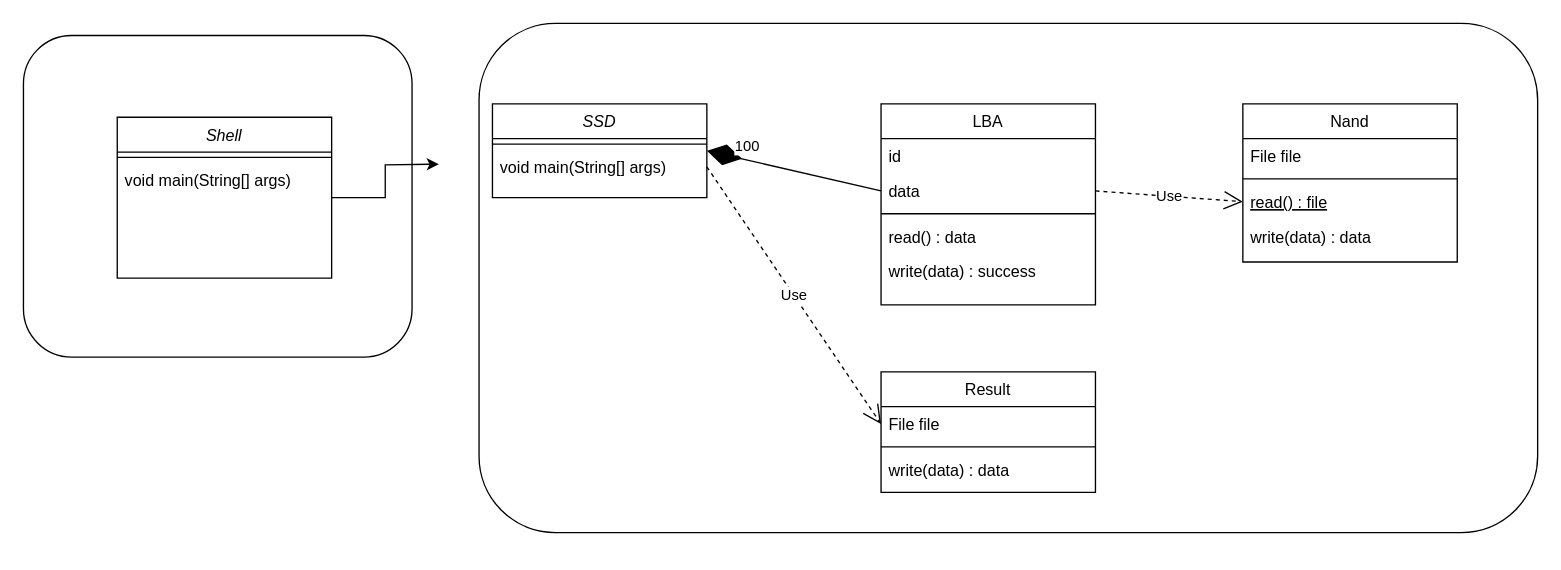
This is ClassDiagram.drawio from 24CRA-TeamB/SolidStateDrive, a draw.io file, before an edit. Source tidied: cells renumbered, new cells numbered last; positions are measured from the earlier drawing's top-left corner, leaving out a move shared by most shapes. Both pictures are drawn from the tidied source at 134%, with x=0, y=0 at pixel (23, 23).
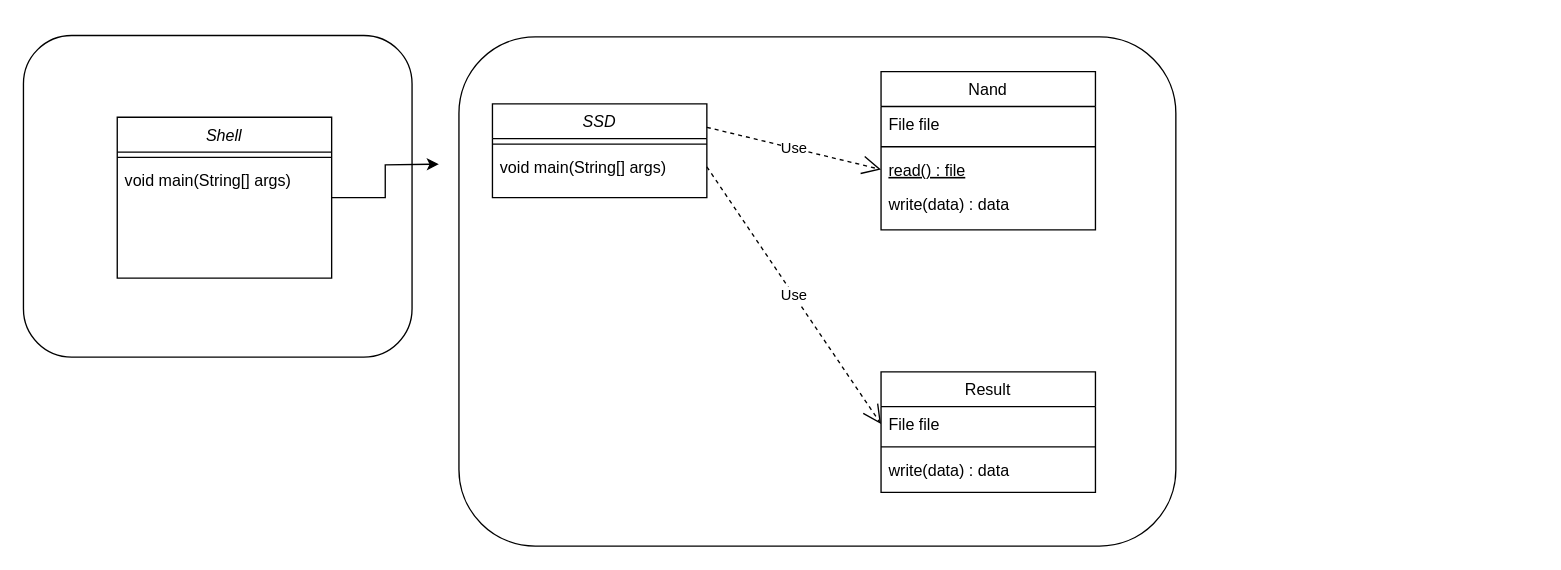
Above is the later version.

The change refers to these unchanged cells:
```xml
<mxCell id="4" value="SSD" style="swimlane;fontStyle=2;align=center;verticalAlign=top;horizontal=1;startSize=26;rounded=0;shadow=0;strokeWidth=1;" parent="1" vertex="1">
  <mxGeometry x="350" y="60" width="160" height="70" as="geometry" />
</mxCell>
<mxCell id="10" value="read() : file" style="text;align=left;verticalAlign=top;spacingLeft=4;spacingRight=4;overflow=hidden;points=[[0,0.5],[1,0.5]];portConstraint=eastwest;fontStyle=4;" parent="7" vertex="1">
  <mxGeometry y="60" width="160" height="26" as="geometry" />
</mxCell>
```

What changed in the source:
```diff
@@
     <mxCell id="2" style="rounded=1;whiteSpace=wrap;html=1;" parent="1" vertex="1">
-      <mxGeometry x="340" width="790" height="380" as="geometry" />
+      <mxGeometry x="325" y="10" width="535" height="380" as="geometry" />
     </mxCell>
@@
     <mxCell id="7" value="Nand" style="swimlane;fontStyle=0;align=center;verticalAlign=top;horizontal=1;startSize=26;rounded=0;shadow=0;strokeWidth=1;" parent="1" vertex="1">
-      <mxGeometry x="910" y="60" width="160" height="118" as="geometry" />
+      <mxGeometry x="640" y="36" width="160" height="118" as="geometry" />
     </mxCell>
@@
-    <mxCell id="12" value="LBA" style="swimlane;fontStyle=0;align=center;verticalAlign=top;horizontal=1;startSize=26;rounded=0;shadow=0;strokeWidth=1;" parent="1" vertex="1">
-      <mxGeometry x="640" y="60" width="160" height="150" as="geometry" />
-    </mxCell>
-    <mxCell id="13" value="id" style="text;align=left;verticalAlign=top;spacingLeft=4;spacingRight=4;overflow=hidden;rounded=0;shadow=0;html=0;" parent="12" vertex="1">
-      <mxGeometry y="26" width="160" height="26" as="geometry" />
-    </mxCell>
-    <mxCell id="14" value="data" style="text;align=left;verticalAlign=top;spacingLeft=4;spacingRight=4;overflow=hidden;points=[[0,0.5],[1,0.5]];portConstraint=eastwest;rounded=0;shadow=0;html=0;" parent="12" vertex="1">
-      <mxGeometry y="52" width="160" height="26" as="geometry" />
-    </mxCell>
-    <mxCell id="15" style="line;html=1;strokeWidth=1;align=left;verticalAlign=middle;spacingTop=-1;spacingLeft=3;spacingRight=3;labelPosition=right;" parent="12" vertex="1">
-      <mxGeometry y="78" width="160" height="8" as="geometry" />
-    </mxCell>
-    <mxCell id="16" value="read() : data" style="text;align=left;verticalAlign=top;spacingLeft=4;spacingRight=4;overflow=hidden;" parent="12" vertex="1">
-      <mxGeometry y="86" width="160" height="26" as="geometry" />
-    </mxCell>
-    <mxCell id="17" value="write(data) : success" style="text;align=left;verticalAlign=top;spacingLeft=4;spacingRight=4;overflow=hidden;" parent="12" vertex="1">
-      <mxGeometry y="112" width="160" height="26" as="geometry" />
-    </mxCell>
@@
-    <mxCell id="22" style="endArrow=diamondThin;endFill=1;endSize=24;html=1;rounded=0;entryX=1;entryY=0.5;entryDx=0;entryDy=0;exitX=0;exitY=0.5;exitDx=0;exitDy=0;" parent="1" edge="1" source="14" target="4">
-      <mxGeometry relative="1" as="geometry" />
-    </mxCell>
-    <mxCell id="23" value="100" style="edgeLabel;html=1;align=center;verticalAlign=middle;" parent="22" vertex="1">
-      <mxGeometry x="0.7" y="2" relative="1" as="geometry">
-        <mxPoint x="10" y="-10" as="offset" />
-      </mxGeometry>
-    </mxCell>
-    <mxCell id="24" value="Use" style="endArrow=open;endSize=12;dashed=1;html=1;rounded=0;entryX=0;entryY=0.5;entryDx=0;entryDy=0;exitX=1;exitY=0.5;exitDx=0;exitDy=0;" parent="1" edge="1" source="14" target="10">
+    <mxCell id="24" value="Use" style="endArrow=open;endSize=12;dashed=1;html=1;rounded=0;entryX=0;entryY=0.5;entryDx=0;entryDy=0;exitX=1;exitY=0.25;exitDx=0;exitDy=0;" parent="1" edge="1" source="4" target="10">
       <mxGeometry relative="1" as="geometry" />
     </mxCell>
```
